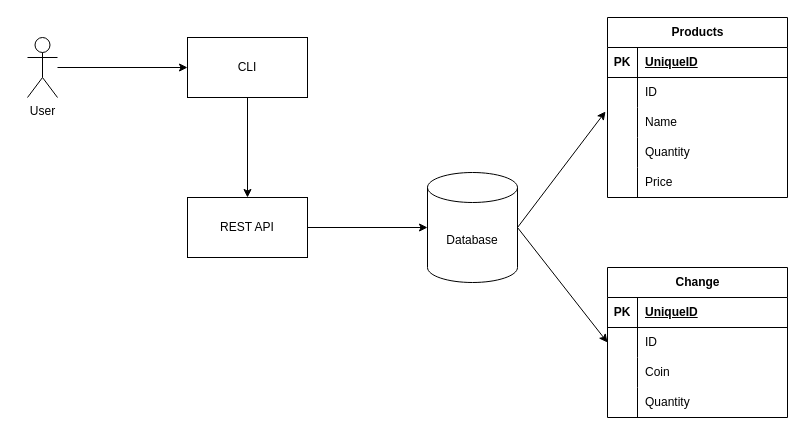
The draw.io diagram resources/architecture_diagram.drawio in DiogoAndreBotas/onfido-vending-machine, before the edit. Source tidied: cells renumbered, new cells numbered last; positions are measured from the earlier drawing's top-left corner, leaving out a move shared by most shapes. Both pictures are drawn from the tidied source at 100%, with x=0, y=0 at pixel (27, 17).
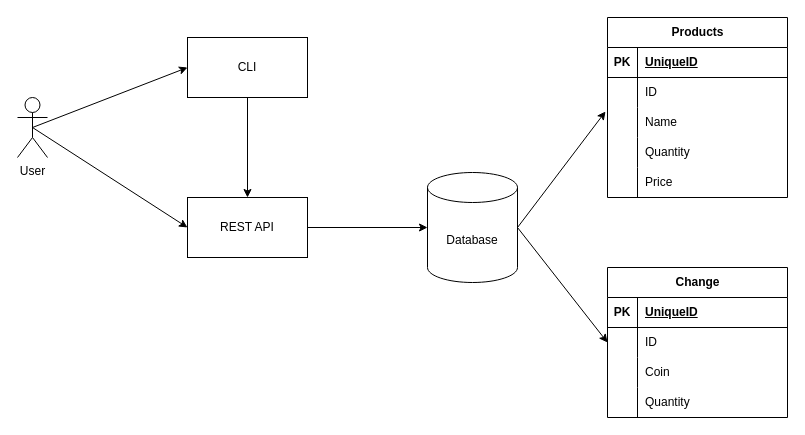
The same diagram, later.

Unchanged cells that the change refers to:
```xml
<mxCell id="2" value="REST API" style="rounded=0;whiteSpace=wrap;html=1;" parent="1" vertex="1">
  <mxGeometry x="160" y="180" width="120" height="60" as="geometry" />
</mxCell>
<mxCell id="39" value="CLI" style="rounded=0;whiteSpace=wrap;html=1;" parent="1" vertex="1">
  <mxGeometry x="160" y="20" width="120" height="60" as="geometry" />
</mxCell>
```

What changed in the source:
```diff
@@
-    <mxCell id="3" style="edgeStyle=orthogonalEdgeStyle;rounded=0;jettySize=auto;html=1;" parent="1" edge="1" source="4" target="39">
-      <mxGeometry relative="1" as="geometry" />
-    </mxCell>
     <mxCell id="4" value="User" style="shape=umlActor;verticalLabelPosition=bottom;verticalAlign=top;html=1;outlineConnect=0;" parent="1" vertex="1">
-      <mxGeometry y="20" width="30" height="60" as="geometry" />
+      <mxGeometry x="-10" y="80" width="30" height="60" as="geometry" />
     </mxCell>
@@
+    <mxCell id="40" style="endArrow=classic;html=1;rounded=0;entryX=0;entryY=0.5;entryDx=0;entryDy=0;exitX=0.5;exitY=0.5;exitDx=0;exitDy=0;exitPerimeter=0;" parent="1" edge="1" source="4" target="2">
+      <mxGeometry relative="1" as="geometry" />
+    </mxCell>
+    <mxCell id="3" style="endArrow=classic;html=1;rounded=0;entryX=0;entryY=0.5;entryDx=0;entryDy=0;exitX=0.5;exitY=0.5;exitDx=0;exitDy=0;exitPerimeter=0;" parent="1" edge="1" source="4" target="39">
+      <mxGeometry relative="1" as="geometry" />
+    </mxCell>
```
